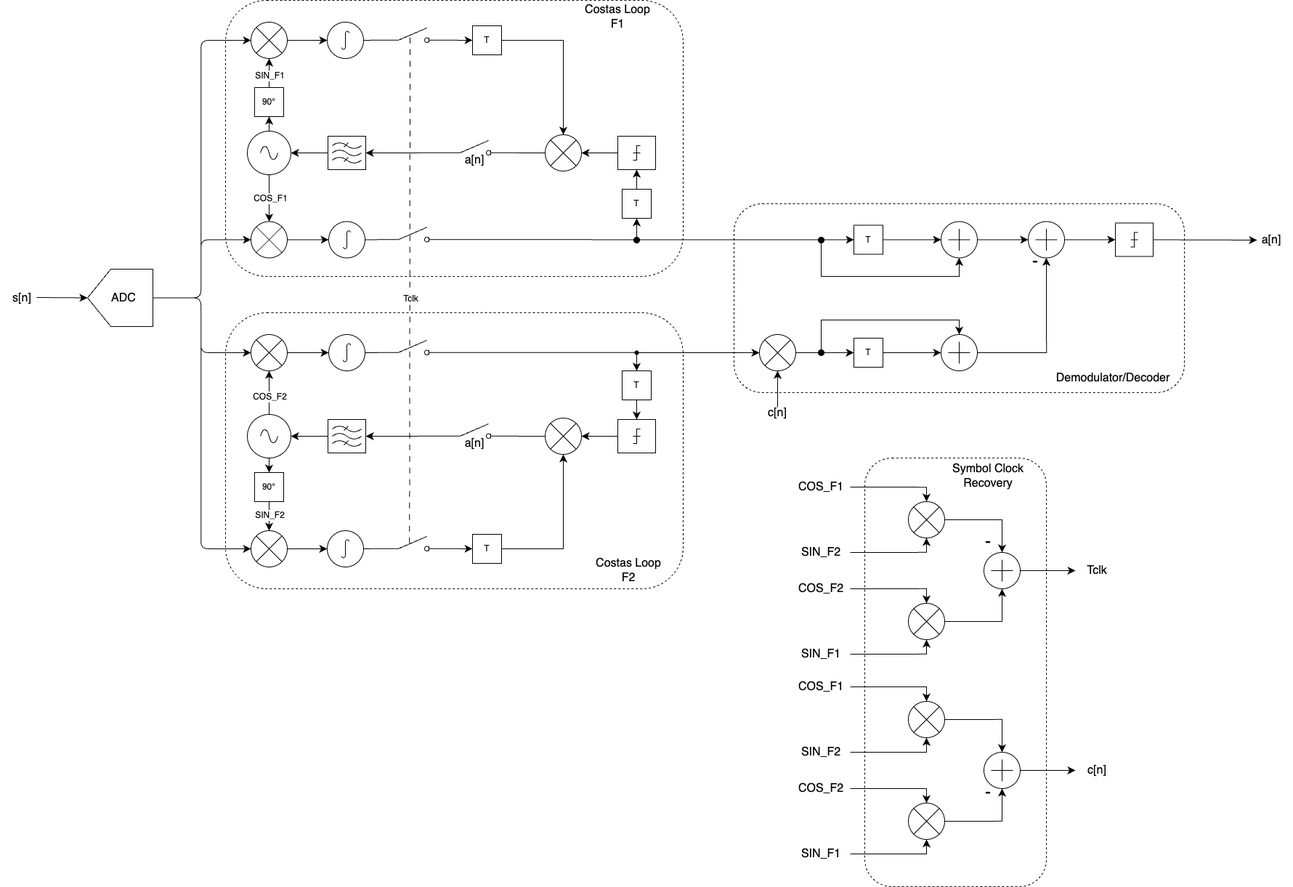
Earlier version of the draw.io export docs/msk-demod.drawio.png (OpenResearchInstitute/msk_demodulator). Source tidied: cells renumbered, new cells last; positions are measured from the earlier drawing's top-left corner, leaving out a move shared by most shapes.
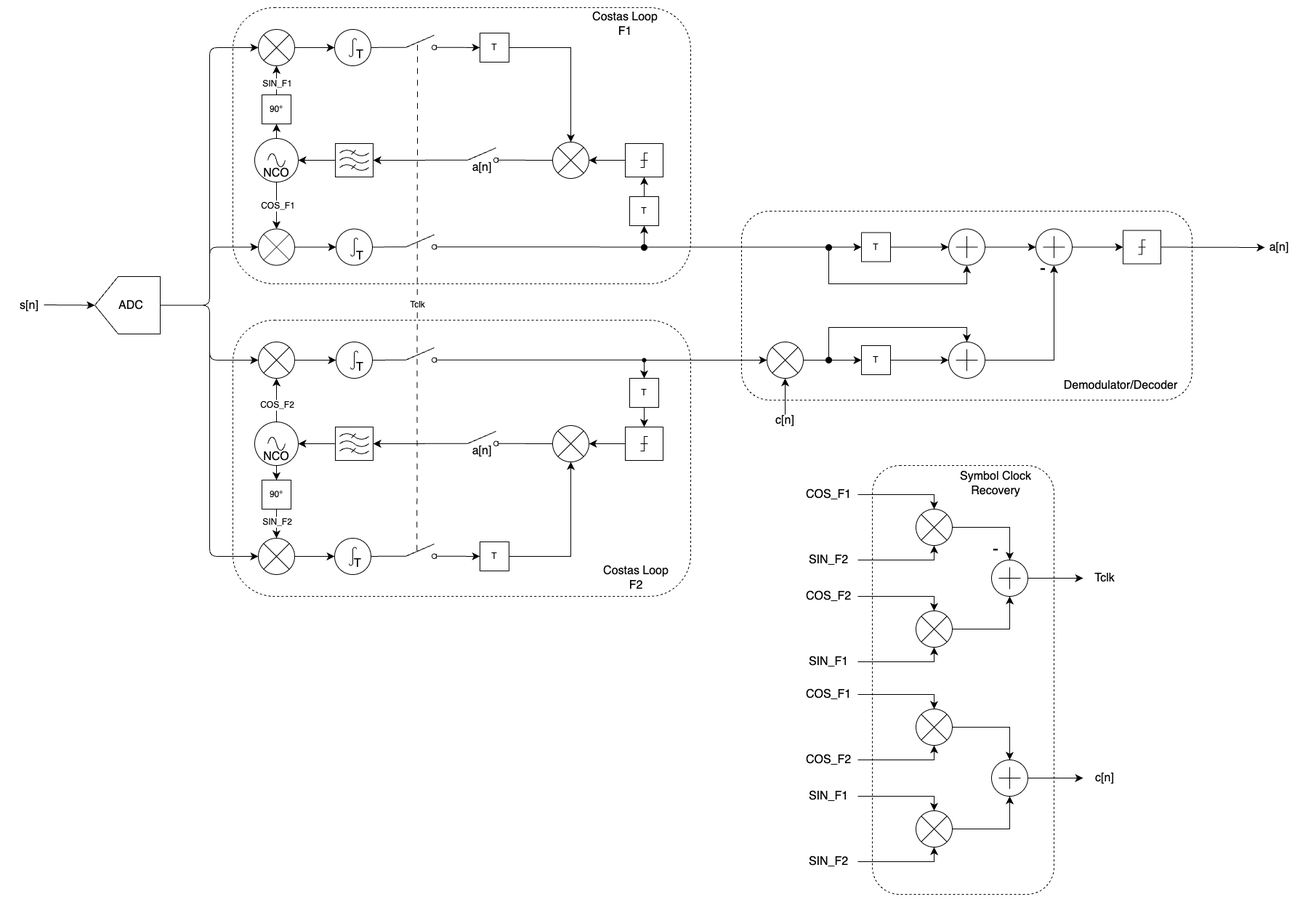
Later version of the same file.

Commit message:
Updated demod block diagram and added modulator and NCO block diagrams

Diff of the diagram source:
```diff
@@ -445,23 +445,38 @@
     <mxCell id="134" value="COS_F1" style="text;strokeColor=none;fillColor=none;html=1;align=center;verticalAlign=middle;whiteSpace=wrap;rounded=0;fontSize=16;" parent="1" vertex="1">
       <mxGeometry x="1100" y="930" width="60" height="30" as="geometry" />
     </mxCell>
-    <mxCell id="135" value="SIN_F2" style="text;strokeColor=none;fillColor=none;html=1;align=center;verticalAlign=middle;whiteSpace=wrap;rounded=0;fontSize=16;" parent="1" vertex="1">
+    <mxCell id="135" value="COS_F2" style="text;strokeColor=none;fillColor=none;html=1;align=center;verticalAlign=middle;whiteSpace=wrap;rounded=0;fontSize=16;" parent="1" vertex="1">
       <mxGeometry x="1100" y="1020" width="60" height="30" as="geometry" />
     </mxCell>
-    <mxCell id="136" value="COS_F2" style="text;strokeColor=none;fillColor=none;html=1;align=center;verticalAlign=middle;whiteSpace=wrap;rounded=0;fontSize=16;" parent="1" vertex="1">
+    <mxCell id="136" value="SIN_F1" style="text;strokeColor=none;fillColor=none;html=1;align=center;verticalAlign=middle;whiteSpace=wrap;rounded=0;fontSize=16;" parent="1" vertex="1">
       <mxGeometry x="1100" y="1070" width="60" height="30" as="geometry" />
     </mxCell>
-    <mxCell id="137" value="SIN_F1" style="text;strokeColor=none;fillColor=none;html=1;align=center;verticalAlign=middle;whiteSpace=wrap;rounded=0;fontSize=16;" parent="1" vertex="1">
+    <mxCell id="137" value="SIN_F2" style="text;strokeColor=none;fillColor=none;html=1;align=center;verticalAlign=middle;whiteSpace=wrap;rounded=0;fontSize=16;" parent="1" vertex="1">
       <mxGeometry x="1100" y="1160" width="60" height="30" as="geometry" />
     </mxCell>
     <mxCell id="138" value="c[n]" style="text;strokeColor=none;fillColor=none;html=1;align=center;verticalAlign=middle;whiteSpace=wrap;rounded=0;fontSize=16;" parent="1" vertex="1">
       <mxGeometry x="1480" y="1045" width="60" height="30" as="geometry" />
     </mxCell>
-    <mxCell id="139" value="-" style="text;strokeColor=none;fillColor=none;html=1;align=center;verticalAlign=middle;whiteSpace=wrap;rounded=0;fontSize=24;" parent="1" vertex="1">
-      <mxGeometry x="1330" y="1075" width="60" height="30" as="geometry" />
-    </mxCell>
     <mxCell id="140" value="Symbol Clock Recovery" style="text;strokeColor=none;fillColor=none;html=1;align=center;verticalAlign=middle;whiteSpace=wrap;rounded=0;fontSize=16;" parent="1" vertex="1">
       <mxGeometry x="1305" y="640" width="110" height="30" as="geometry" />
     </mxCell>
+    <mxCell id="141" value="NCO" style="text;strokeColor=none;fillColor=none;html=1;align=center;verticalAlign=middle;whiteSpace=wrap;rounded=0;fontSize=16;" parent="1" vertex="1">
+      <mxGeometry x="340" y="213" width="60" height="30" as="geometry" />
+    </mxCell>
+    <mxCell id="142" value="NCO" style="text;strokeColor=none;fillColor=none;html=1;align=center;verticalAlign=middle;whiteSpace=wrap;rounded=0;fontSize=16;" parent="1" vertex="1">
+      <mxGeometry x="340" y="603" width="60" height="30" as="geometry" />
+    </mxCell>
+    <mxCell id="143" value="T" style="text;strokeColor=none;fillColor=none;html=1;align=center;verticalAlign=middle;whiteSpace=wrap;rounded=0;fontSize=16;" parent="1" vertex="1">
+      <mxGeometry x="455" y="326.5" width="60" height="30" as="geometry" />
+    </mxCell>
+    <mxCell id="144" value="T" style="text;strokeColor=none;fillColor=none;html=1;align=center;verticalAlign=middle;whiteSpace=wrap;rounded=0;fontSize=16;" parent="1" vertex="1">
+      <mxGeometry x="455" y="480" width="60" height="30" as="geometry" />
+    </mxCell>
+    <mxCell id="145" value="T" style="text;strokeColor=none;fillColor=none;html=1;align=center;verticalAlign=middle;whiteSpace=wrap;rounded=0;fontSize=16;" parent="1" vertex="1">
+      <mxGeometry x="452" y="750" width="60" height="30" as="geometry" />
+    </mxCell>
+    <mxCell id="146" value="T" style="text;strokeColor=none;fillColor=none;html=1;align=center;verticalAlign=middle;whiteSpace=wrap;rounded=0;fontSize=16;" parent="1" vertex="1">
+      <mxGeometry x="455" y="50" width="60" height="30" as="geometry" />
+    </mxCell>
   </root>
 </mxGraphModel>
```
